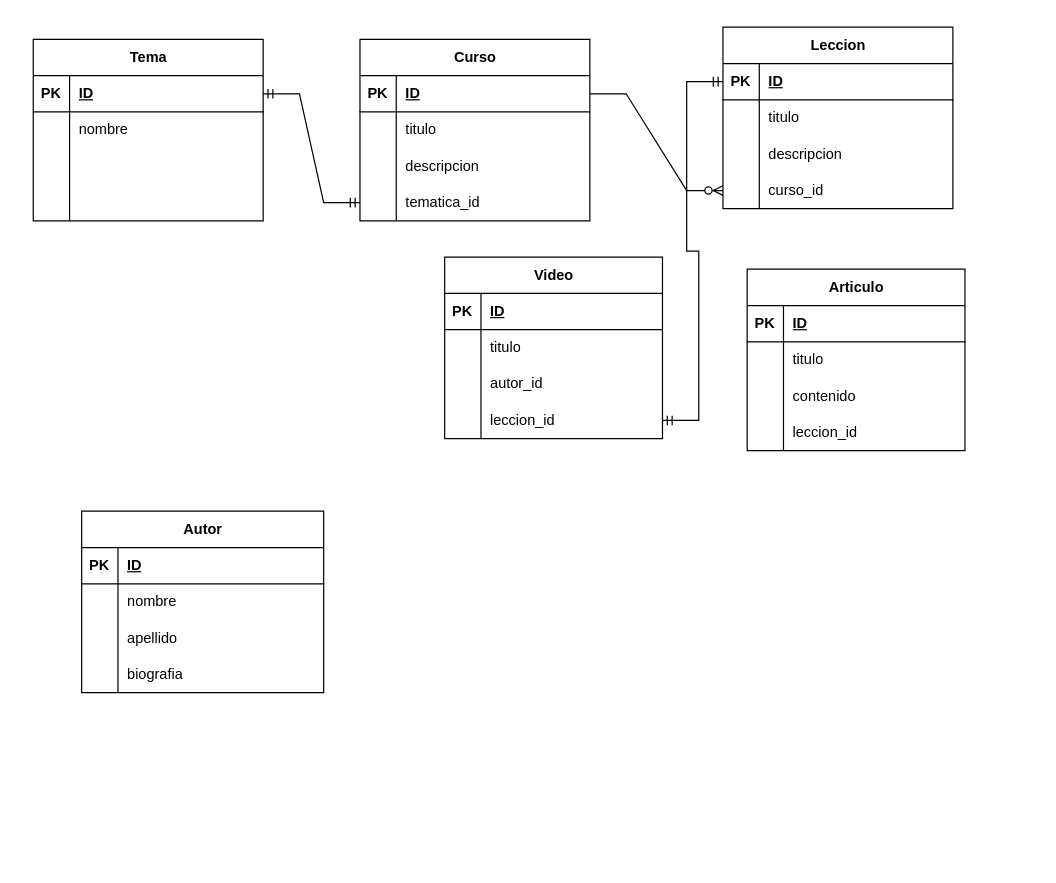
This is Modulo 6 - Modelado Relacional/obligatorio.drawio from milamgm/lemoncode, a draw.io file, before an edit. Source tidied: cells renumbered, new cells numbered last; positions are measured from the earlier drawing's top-left corner, leaving out a move shared by most shapes. Both pictures are drawn from the tidied source at 121%, with x=0, y=0 at pixel (33, 27).
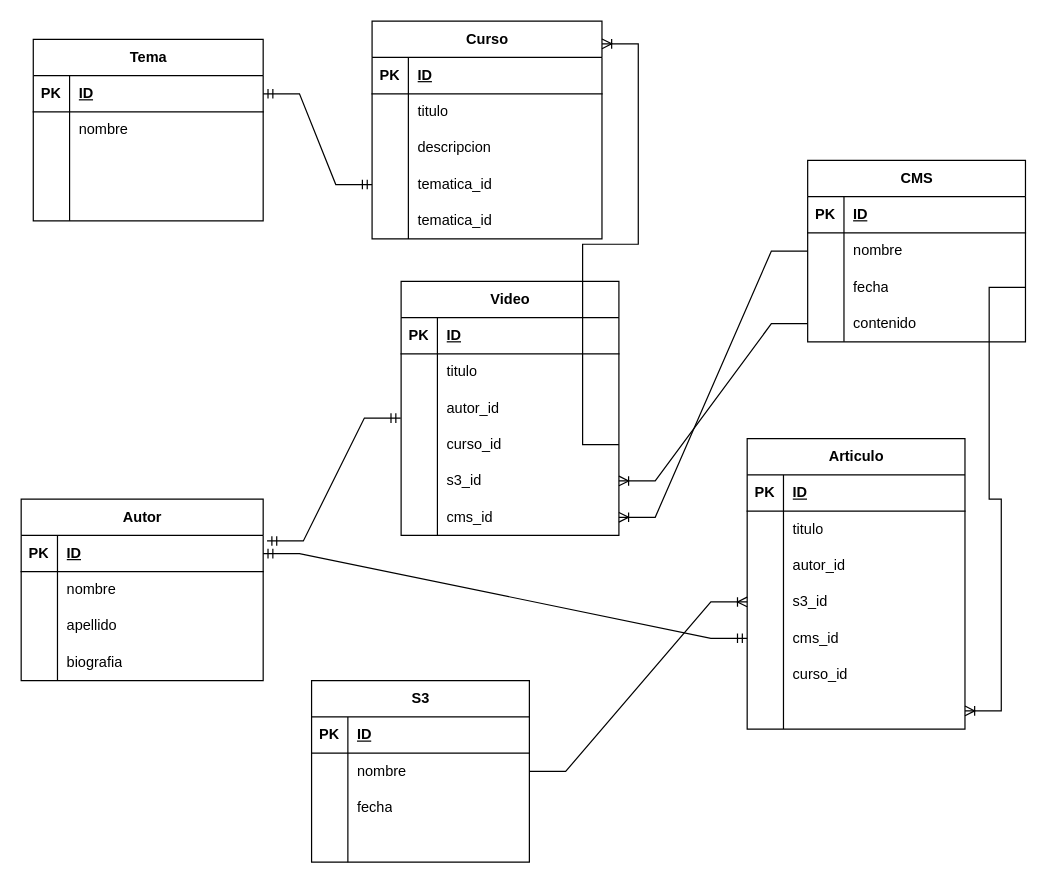
Above is the later version.

The change refers to these unchanged cells:
```xml
<mxCell id="16" style="shape=tableRow;horizontal=0;startSize=0;swimlaneHead=0;swimlaneBody=0;fillColor=none;points=[[0,0.5],[1,0.5]];portConstraint=eastwest;top=0;left=0;right=0;bottom=1;" parent="15" vertex="1">
  <mxGeometry y="30" width="190" height="30" as="geometry" />
</mxCell>
<mxCell id="29" style="shape=tableRow;horizontal=0;startSize=0;swimlaneHead=0;swimlaneBody=0;fillColor=none;points=[[0,0.5],[1,0.5]];portConstraint=eastwest;top=0;left=0;right=0;bottom=1;" parent="28" vertex="1">
  <mxGeometry y="30" width="200" height="30" as="geometry" />
</mxCell>
<mxCell id="63" style="shape=tableRow;horizontal=0;startSize=0;swimlaneHead=0;swimlaneBody=0;fillColor=none;points=[[0,0.5],[1,0.5]];portConstraint=eastwest;top=0;left=0;right=0;bottom=0;" parent="56" vertex="1">
  <mxGeometry y="90" width="180" height="30" as="geometry" />
</mxCell>
<mxCell id="66" style="shape=tableRow;horizontal=0;startSize=0;swimlaneHead=0;swimlaneBody=0;fillColor=none;points=[[0,0.5],[1,0.5]];portConstraint=eastwest;top=0;left=0;right=0;bottom=0;" parent="56" vertex="1">
  <mxGeometry y="120" width="180" height="30" as="geometry" />
</mxCell>
<mxCell id="77" style="shape=tableRow;horizontal=0;startSize=0;swimlaneHead=0;swimlaneBody=0;fillColor=none;top=0;left=0;right=0;bottom=0;" parent="70" vertex="1">
  <mxGeometry y="90" width="180" height="30" as="geometry" />
</mxCell>
<mxCell id="80" style="shape=tableRow;horizontal=0;startSize=0;swimlaneHead=0;swimlaneBody=0;fillColor=none;points=[[0,0.5],[1,0.5]];portConstraint=eastwest;top=0;left=0;right=0;bottom=0;" parent="70" vertex="1">
  <mxGeometry y="120" width="180" height="30" as="geometry" />
</mxCell>
```

Diff of the diagram source:
```diff
@@
     <mxCell id="15" value="Curso" style="shape=table;startSize=30;childLayout=tableLayout;rowLines=0;fontStyle=1;align=center;html=1;" parent="1" vertex="1">
-      <mxGeometry x="270" y="10" width="190" height="150" as="geometry" />
+      <mxGeometry x="280" y="-5" width="190" height="180" as="geometry" />
     </mxCell>
@@
+    <mxCell id="83" style="shape=tableRow;horizontal=0;startSize=0;swimlaneHead=0;swimlaneBody=0;fillColor=none;top=0;left=0;right=0;bottom=0;" parent="15" vertex="1">
+      <mxGeometry y="150" width="190" height="30" as="geometry" />
+    </mxCell>
+    <mxCell id="84" style="shape=partialRectangle;fillColor=none;top=0;left=0;bottom=0;right=0;overflow=hidden;whiteSpace=wrap;html=1;" parent="83" vertex="1">
+      <mxGeometry width="30" height="30" as="geometry" />
+    </mxCell>
+    <mxCell id="85" value="tematica_id" style="shape=partialRectangle;fillColor=none;top=0;left=0;bottom=0;right=0;align=left;spacingLeft=6;overflow=hidden;whiteSpace=wrap;html=1;" parent="83" vertex="1">
+      <mxGeometry x="30" width="160" height="30" as="geometry" />
+    </mxCell>
     <mxCell id="28" value="Autor" style="shape=table;startSize=30;childLayout=tableLayout;rowLines=0;fontStyle=1;align=center;html=1;" parent="1" vertex="1">
-      <mxGeometry x="40" y="400" width="200" height="150" as="geometry" />
+      <mxGeometry x="-10" y="390" width="200" height="150" as="geometry" />
     </mxCell>
@@
-    <mxCell id="41" style="edgeStyle=entityRelationEdgeStyle;fontSize=12;html=1;endArrow=ERzeroToMany;endFill=1;rounded=0;entryX=0;entryY=0.5;entryDx=0;entryDy=0;exitX=1;exitY=0.5;exitDx=0;exitDy=0;" parent="1" edge="1" source="16" target="52">
-      <mxGeometry relative="1" as="geometry" />
-    </mxCell>
-    <mxCell id="42" value="Leccion" style="shape=table;startSize=30;childLayout=tableLayout;rowLines=0;fontStyle=1;align=center;html=1;" parent="1" vertex="1">
-      <mxGeometry x="570" width="190" height="150" as="geometry" />
-    </mxCell>
-    <mxCell id="43" style="shape=tableRow;horizontal=0;startSize=0;swimlaneHead=0;swimlaneBody=0;fillColor=none;points=[[0,0.5],[1,0.5]];portConstraint=eastwest;top=0;left=0;right=0;bottom=1;" parent="42" vertex="1">
-      <mxGeometry y="30" width="190" height="30" as="geometry" />
-    </mxCell>
-    <mxCell id="44" value="PK" style="shape=partialRectangle;fillColor=none;top=0;left=0;bottom=0;right=0;fontStyle=1;overflow=hidden;whiteSpace=wrap;html=1;" parent="43" vertex="1">
-      <mxGeometry width="30" height="30" as="geometry" />
-    </mxCell>
-    <mxCell id="45" value="ID" style="shape=partialRectangle;fillColor=none;top=0;left=0;bottom=0;right=0;align=left;spacingLeft=6;fontStyle=5;overflow=hidden;whiteSpace=wrap;html=1;" parent="43" vertex="1">
-      <mxGeometry x="30" width="160" height="30" as="geometry" />
-    </mxCell>
-    <mxCell id="46" style="shape=tableRow;horizontal=0;startSize=0;swimlaneHead=0;swimlaneBody=0;fillColor=none;top=0;left=0;right=0;bottom=0;" parent="42" vertex="1">
-      <mxGeometry y="60" width="190" height="30" as="geometry" />
-    </mxCell>
-    <mxCell id="47" style="shape=partialRectangle;fillColor=none;top=0;left=0;bottom=0;right=0;overflow=hidden;whiteSpace=wrap;html=1;" parent="46" vertex="1">
-      <mxGeometry width="30" height="30" as="geometry" />
-    </mxCell>
-    <mxCell id="48" value="titulo" style="shape=partialRectangle;fillColor=none;top=0;left=0;bottom=0;right=0;align=left;spacingLeft=6;overflow=hidden;whiteSpace=wrap;html=1;" parent="46" vertex="1">
-      <mxGeometry x="30" width="160" height="30" as="geometry" />
-    </mxCell>
-    <mxCell id="49" style="shape=tableRow;horizontal=0;startSize=0;swimlaneHead=0;swimlaneBody=0;fillColor=none;top=0;left=0;right=0;bottom=0;" parent="42" vertex="1">
-      <mxGeometry y="90" width="190" height="30" as="geometry" />
-    </mxCell>
-    <mxCell id="50" style="shape=partialRectangle;fillColor=none;top=0;left=0;bottom=0;right=0;overflow=hidden;whiteSpace=wrap;html=1;" parent="49" vertex="1">
-      <mxGeometry width="30" height="30" as="geometry" />
-    </mxCell>
-    <mxCell id="51" value="descripcion" style="shape=partialRectangle;fillColor=none;top=0;left=0;bottom=0;right=0;align=left;spacingLeft=6;overflow=hidden;whiteSpace=wrap;html=1;" parent="49" vertex="1">
-      <mxGeometry x="30" width="160" height="30" as="geometry" />
-    </mxCell>
-    <mxCell id="52" style="shape=tableRow;horizontal=0;startSize=0;swimlaneHead=0;swimlaneBody=0;fillColor=none;points=[[0,0.5],[1,0.5]];portConstraint=eastwest;top=0;left=0;right=0;bottom=0;" parent="42" vertex="1">
-      <mxGeometry y="120" width="190" height="30" as="geometry" />
-    </mxCell>
-    <mxCell id="53" style="shape=partialRectangle;fillColor=none;top=0;left=0;bottom=0;right=0;overflow=hidden;whiteSpace=wrap;html=1;" parent="52" vertex="1">
-      <mxGeometry width="30" height="30" as="geometry" />
-    </mxCell>
-    <mxCell id="54" value="curso_id" style="shape=partialRectangle;fillColor=none;top=0;left=0;bottom=0;right=0;align=left;spacingLeft=6;overflow=hidden;whiteSpace=wrap;html=1;" parent="52" vertex="1">
-      <mxGeometry x="30" width="160" height="30" as="geometry" />
-    </mxCell>
@@
     <mxCell id="56" value="Video" style="shape=table;startSize=30;childLayout=tableLayout;rowLines=0;fontStyle=1;align=center;html=1;" parent="1" vertex="1">
-      <mxGeometry x="340" y="190" width="180" height="150" as="geometry" />
+      <mxGeometry x="304" y="210" width="180" height="210" as="geometry" />
     </mxCell>
@@
-    <mxCell id="68" value="leccion_id" style="shape=partialRectangle;fillColor=none;top=0;left=0;bottom=0;right=0;align=left;spacingLeft=6;overflow=hidden;whiteSpace=wrap;html=1;" parent="66" vertex="1">
+    <mxCell id="68" value="curso_id" style="shape=partialRectangle;fillColor=none;top=0;left=0;bottom=0;right=0;align=left;spacingLeft=6;overflow=hidden;whiteSpace=wrap;html=1;" parent="66" vertex="1">
       <mxGeometry x="30" width="150" height="30" as="geometry" />
     </mxCell>
-    <mxCell id="69" style="edgeStyle=entityRelationEdgeStyle;fontSize=12;html=1;endArrow=ERmandOne;startArrow=ERmandOne;rounded=0;entryX=0;entryY=0.5;entryDx=0;entryDy=0;exitX=1;exitY=0.5;exitDx=0;exitDy=0;" parent="1" edge="1" target="43">
-      <mxGeometry relative="1" as="geometry">
-        <mxPoint x="520" y="325" as="sourcePoint" />
-      </mxGeometry>
-    </mxCell>
+    <mxCell id="86" style="shape=tableRow;horizontal=0;startSize=0;swimlaneHead=0;swimlaneBody=0;fillColor=none;points=[[0,0.5],[1,0.5]];portConstraint=eastwest;top=0;left=0;right=0;bottom=0;" parent="56" vertex="1">
+      <mxGeometry y="150" width="180" height="30" as="geometry" />
+    </mxCell>
+    <mxCell id="87" style="shape=partialRectangle;fillColor=none;top=0;left=0;bottom=0;right=0;overflow=hidden;whiteSpace=wrap;html=1;" parent="86" vertex="1">
+      <mxGeometry width="30" height="30" as="geometry" />
+    </mxCell>
+    <mxCell id="88" value="s3_id" style="shape=partialRectangle;fillColor=none;top=0;left=0;bottom=0;right=0;align=left;spacingLeft=6;overflow=hidden;whiteSpace=wrap;html=1;" parent="86" vertex="1">
+      <mxGeometry x="30" width="150" height="30" as="geometry" />
+    </mxCell>
+    <mxCell id="89" style="shape=tableRow;horizontal=0;startSize=0;swimlaneHead=0;swimlaneBody=0;fillColor=none;points=[[0,0.5],[1,0.5]];portConstraint=eastwest;top=0;left=0;right=0;bottom=0;" parent="56" vertex="1">
+      <mxGeometry y="180" width="180" height="30" as="geometry" />
+    </mxCell>
+    <mxCell id="90" style="shape=partialRectangle;fillColor=none;top=0;left=0;bottom=0;right=0;overflow=hidden;whiteSpace=wrap;html=1;" parent="89" vertex="1">
+      <mxGeometry width="30" height="30" as="geometry" />
+    </mxCell>
+    <mxCell id="91" value="cms_id" style="shape=partialRectangle;fillColor=none;top=0;left=0;bottom=0;right=0;align=left;spacingLeft=6;overflow=hidden;whiteSpace=wrap;html=1;" parent="89" vertex="1">
+      <mxGeometry x="30" width="150" height="30" as="geometry" />
+    </mxCell>
     <mxCell id="70" value="Articulo" style="shape=table;startSize=30;childLayout=tableLayout;rowLines=0;fontStyle=1;align=center;html=1;" parent="1" vertex="1">
-      <mxGeometry x="590" y="200" width="180" height="150" as="geometry" />
+      <mxGeometry x="590" y="340" width="180" height="240" as="geometry" />
     </mxCell>
@@
-    <mxCell id="79" value="contenido" style="shape=partialRectangle;fillColor=none;top=0;left=0;bottom=0;right=0;align=left;spacingLeft=6;overflow=hidden;whiteSpace=wrap;html=1;" parent="77" vertex="1">
+    <mxCell id="79" value="autor_id" style="shape=partialRectangle;fillColor=none;top=0;left=0;bottom=0;right=0;align=left;spacingLeft=6;overflow=hidden;whiteSpace=wrap;html=1;" parent="77" vertex="1">
       <mxGeometry x="30" width="150" height="30" as="geometry" />
     </mxCell>
@@
-    <mxCell id="82" value="leccion_id" style="shape=partialRectangle;fillColor=none;top=0;left=0;bottom=0;right=0;align=left;spacingLeft=6;overflow=hidden;whiteSpace=wrap;html=1;" parent="80" vertex="1">
+    <mxCell id="82" value="s3_id" style="shape=partialRectangle;fillColor=none;top=0;left=0;bottom=0;right=0;align=left;spacingLeft=6;overflow=hidden;whiteSpace=wrap;html=1;" parent="80" vertex="1">
       <mxGeometry x="30" width="150" height="30" as="geometry" />
     </mxCell>
+    <mxCell id="92" style="shape=tableRow;horizontal=0;startSize=0;swimlaneHead=0;swimlaneBody=0;fillColor=none;points=[[0,0.5],[1,0.5]];portConstraint=eastwest;top=0;left=0;right=0;bottom=0;" parent="70" vertex="1">
+      <mxGeometry y="150" width="180" height="30" as="geometry" />
+    </mxCell>
+    <mxCell id="93" style="shape=partialRectangle;fillColor=none;top=0;left=0;bottom=0;right=0;overflow=hidden;whiteSpace=wrap;html=1;" parent="92" vertex="1">
+      <mxGeometry width="30" height="30" as="geometry" />
+    </mxCell>
+    <mxCell id="94" value="cms_id" style="shape=partialRectangle;fillColor=none;top=0;left=0;bottom=0;right=0;align=left;spacingLeft=6;overflow=hidden;whiteSpace=wrap;html=1;" parent="92" vertex="1">
+      <mxGeometry x="30" width="150" height="30" as="geometry" />
+    </mxCell>
+    <mxCell id="95" style="shape=tableRow;horizontal=0;startSize=0;swimlaneHead=0;swimlaneBody=0;fillColor=none;top=0;left=0;right=0;bottom=0;" parent="70" vertex="1">
+      <mxGeometry y="180" width="180" height="30" as="geometry" />
+    </mxCell>
+    <mxCell id="96" style="shape=partialRectangle;fillColor=none;top=0;left=0;bottom=0;right=0;overflow=hidden;whiteSpace=wrap;html=1;" parent="95" vertex="1">
+      <mxGeometry width="30" height="30" as="geometry" />
+    </mxCell>
+    <mxCell id="54" value="curso_id" style="shape=partialRectangle;fillColor=none;top=0;left=0;bottom=0;right=0;align=left;spacingLeft=6;overflow=hidden;whiteSpace=wrap;html=1;" parent="95" vertex="1">
+      <mxGeometry x="30" width="150" height="30" as="geometry" />
+    </mxCell>
+    <mxCell id="97" style="shape=tableRow;horizontal=0;startSize=0;swimlaneHead=0;swimlaneBody=0;fillColor=none;points=[[0,0.5],[1,0.5]];portConstraint=eastwest;top=0;left=0;right=0;bottom=0;" parent="70" vertex="1">
+      <mxGeometry y="210" width="180" height="30" as="geometry" />
+    </mxCell>
+    <mxCell id="98" style="shape=partialRectangle;fillColor=none;top=0;left=0;bottom=0;right=0;overflow=hidden;whiteSpace=wrap;html=1;" parent="97" vertex="1">
+      <mxGeometry width="30" height="30" as="geometry" />
+    </mxCell>
+    <mxCell id="99" style="shape=partialRectangle;fillColor=none;top=0;left=0;bottom=0;right=0;align=left;spacingLeft=6;overflow=hidden;whiteSpace=wrap;html=1;" parent="97" vertex="1">
+      <mxGeometry x="30" width="150" height="30" as="geometry" />
+    </mxCell>
+    <mxCell id="100" value="S3" style="shape=table;startSize=30;childLayout=tableLayout;rowLines=0;fontStyle=1;align=center;html=1;" parent="1" vertex="1">
+      <mxGeometry x="230" y="540" width="180" height="150" as="geometry" />
+    </mxCell>
+    <mxCell id="101" style="shape=tableRow;horizontal=0;startSize=0;swimlaneHead=0;swimlaneBody=0;fillColor=none;top=0;left=0;right=0;bottom=1;" parent="100" vertex="1">
+      <mxGeometry y="30" width="180" height="30" as="geometry" />
+    </mxCell>
+    <mxCell id="102" value="PK" style="shape=partialRectangle;fillColor=none;top=0;left=0;bottom=0;right=0;fontStyle=1;overflow=hidden;whiteSpace=wrap;html=1;" parent="101" vertex="1">
+      <mxGeometry width="30" height="30" as="geometry" />
+    </mxCell>
+    <mxCell id="103" value="ID" style="shape=partialRectangle;fillColor=none;top=0;left=0;bottom=0;right=0;align=left;spacingLeft=6;fontStyle=5;overflow=hidden;whiteSpace=wrap;html=1;" parent="101" vertex="1">
+      <mxGeometry x="30" width="150" height="30" as="geometry" />
+    </mxCell>
+    <mxCell id="104" style="shape=tableRow;horizontal=0;startSize=0;swimlaneHead=0;swimlaneBody=0;fillColor=none;points=[[0,0.5],[1,0.5]];portConstraint=eastwest;top=0;left=0;right=0;bottom=0;" parent="100" vertex="1">
+      <mxGeometry y="60" width="180" height="30" as="geometry" />
+    </mxCell>
+    <mxCell id="105" style="shape=partialRectangle;fillColor=none;top=0;left=0;bottom=0;right=0;overflow=hidden;whiteSpace=wrap;html=1;" parent="104" vertex="1">
+      <mxGeometry width="30" height="30" as="geometry" />
+    </mxCell>
+    <mxCell id="106" value="nombre" style="shape=partialRectangle;fillColor=none;top=0;left=0;bottom=0;right=0;align=left;spacingLeft=6;overflow=hidden;whiteSpace=wrap;html=1;" parent="104" vertex="1">
+      <mxGeometry x="30" width="150" height="30" as="geometry" />
+    </mxCell>
+    <mxCell id="107" style="shape=tableRow;horizontal=0;startSize=0;swimlaneHead=0;swimlaneBody=0;fillColor=none;top=0;left=0;right=0;bottom=0;" parent="100" vertex="1">
+      <mxGeometry y="90" width="180" height="30" as="geometry" />
+    </mxCell>
+    <mxCell id="108" style="shape=partialRectangle;fillColor=none;top=0;left=0;bottom=0;right=0;overflow=hidden;whiteSpace=wrap;html=1;" parent="107" vertex="1">
+      <mxGeometry width="30" height="30" as="geometry" />
+    </mxCell>
+    <mxCell id="109" value="fecha" style="shape=partialRectangle;fillColor=none;top=0;left=0;bottom=0;right=0;align=left;spacingLeft=6;overflow=hidden;whiteSpace=wrap;html=1;" parent="107" vertex="1">
+      <mxGeometry x="30" width="150" height="30" as="geometry" />
+    </mxCell>
+    <mxCell id="110" style="shape=tableRow;horizontal=0;startSize=0;swimlaneHead=0;swimlaneBody=0;fillColor=none;top=0;left=0;right=0;bottom=0;" parent="100" vertex="1">
+      <mxGeometry y="120" width="180" height="30" as="geometry" />
+    </mxCell>
+    <mxCell id="111" style="shape=partialRectangle;fillColor=none;top=0;left=0;bottom=0;right=0;overflow=hidden;whiteSpace=wrap;html=1;" parent="110" vertex="1">
+      <mxGeometry width="30" height="30" as="geometry" />
+    </mxCell>
+    <mxCell id="112" style="shape=partialRectangle;fillColor=none;top=0;left=0;bottom=0;right=0;align=left;spacingLeft=6;overflow=hidden;whiteSpace=wrap;html=1;" parent="110" vertex="1">
+      <mxGeometry x="30" width="150" height="30" as="geometry" />
+    </mxCell>
+    <mxCell id="113" value="CMS" style="shape=table;startSize=30;childLayout=tableLayout;rowLines=0;fontStyle=1;align=center;html=1;" parent="1" vertex="1">
+      <mxGeometry x="640" y="110" width="180" height="150" as="geometry" />
+    </mxCell>
+    <mxCell id="114" style="shape=tableRow;horizontal=0;startSize=0;swimlaneHead=0;swimlaneBody=0;fillColor=none;top=0;left=0;right=0;bottom=1;" parent="113" vertex="1">
+      <mxGeometry y="30" width="180" height="30" as="geometry" />
+    </mxCell>
+    <mxCell id="115" value="PK" style="shape=partialRectangle;fillColor=none;top=0;left=0;bottom=0;right=0;fontStyle=1;overflow=hidden;whiteSpace=wrap;html=1;" parent="114" vertex="1">
+      <mxGeometry width="30" height="30" as="geometry" />
+    </mxCell>
+    <mxCell id="116" value="ID" style="shape=partialRectangle;fillColor=none;top=0;left=0;bottom=0;right=0;align=left;spacingLeft=6;fontStyle=5;overflow=hidden;whiteSpace=wrap;html=1;" parent="114" vertex="1">
+      <mxGeometry x="30" width="150" height="30" as="geometry" />
+    </mxCell>
+    <mxCell id="117" style="shape=tableRow;horizontal=0;startSize=0;swimlaneHead=0;swimlaneBody=0;fillColor=none;points=[[0,0.5],[1,0.5]];portConstraint=eastwest;top=0;left=0;right=0;bottom=0;" parent="113" vertex="1">
+      <mxGeometry y="60" width="180" height="30" as="geometry" />
+    </mxCell>
+    <mxCell id="118" style="shape=partialRectangle;fillColor=none;top=0;left=0;bottom=0;right=0;overflow=hidden;whiteSpace=wrap;html=1;" parent="117" vertex="1">
+      <mxGeometry width="30" height="30" as="geometry" />
+    </mxCell>
+    <mxCell id="119" value="nombre" style="shape=partialRectangle;fillColor=none;top=0;left=0;bottom=0;right=0;align=left;spacingLeft=6;overflow=hidden;whiteSpace=wrap;html=1;" parent="117" vertex="1">
+      <mxGeometry x="30" width="150" height="30" as="geometry" />
+    </mxCell>
+    <mxCell id="120" style="shape=tableRow;horizontal=0;startSize=0;swimlaneHead=0;swimlaneBody=0;fillColor=none;points=[[0,0.5],[1,0.5]];portConstraint=eastwest;top=0;left=0;right=0;bottom=0;" parent="113" vertex="1">
+      <mxGeometry y="90" width="180" height="30" as="geometry" />
+    </mxCell>
+    <mxCell id="121" style="shape=partialRectangle;fillColor=none;top=0;left=0;bottom=0;right=0;overflow=hidden;whiteSpace=wrap;html=1;" parent="120" vertex="1">
+      <mxGeometry width="30" height="30" as="geometry" />
+    </mxCell>
+    <mxCell id="122" value="fecha" style="shape=partialRectangle;fillColor=none;top=0;left=0;bottom=0;right=0;align=left;spacingLeft=6;overflow=hidden;whiteSpace=wrap;html=1;" parent="120" vertex="1">
+      <mxGeometry x="30" width="150" height="30" as="geometry" />
+    </mxCell>
+    <mxCell id="123" style="shape=tableRow;horizontal=0;startSize=0;swimlaneHead=0;swimlaneBody=0;fillColor=none;points=[[0,0.5],[1,0.5]];portConstraint=eastwest;top=0;left=0;right=0;bottom=0;" parent="113" vertex="1">
+      <mxGeometry y="120" width="180" height="30" as="geometry" />
+    </mxCell>
+    <mxCell id="124" style="shape=partialRectangle;fillColor=none;top=0;left=0;bottom=0;right=0;overflow=hidden;whiteSpace=wrap;html=1;" parent="123" vertex="1">
+      <mxGeometry width="30" height="30" as="geometry" />
+    </mxCell>
+    <mxCell id="125" value="contenido" style="shape=partialRectangle;fillColor=none;top=0;left=0;bottom=0;right=0;align=left;spacingLeft=6;overflow=hidden;whiteSpace=wrap;html=1;" parent="123" vertex="1">
+      <mxGeometry x="30" width="150" height="30" as="geometry" />
+    </mxCell>
+    <mxCell id="126" style="edgeStyle=entityRelationEdgeStyle;fontSize=12;html=1;endArrow=ERoneToMany;rounded=0;exitX=0;exitY=0.5;exitDx=0;exitDy=0;" parent="1" edge="1" source="117" target="89">
+      <mxGeometry relative="1" as="geometry" />
+    </mxCell>
+    <mxCell id="127" style="edgeStyle=entityRelationEdgeStyle;fontSize=12;html=1;endArrow=ERoneToMany;rounded=0;exitX=1;exitY=0.5;exitDx=0;exitDy=0;" parent="1" edge="1" source="120" target="97">
+      <mxGeometry relative="1" as="geometry" />
+    </mxCell>
+    <mxCell id="128" style="edgeStyle=entityRelationEdgeStyle;fontSize=12;html=1;endArrow=ERmandOne;startArrow=ERmandOne;rounded=0;exitX=1.016;exitY=0.153;exitDx=0;exitDy=0;exitPerimeter=0;entryX=-0.002;entryY=0.767;entryDx=0;entryDy=0;entryPerimeter=0;" parent="1" edge="1" source="29" target="63">
+      <mxGeometry relative="1" as="geometry" />
+    </mxCell>
+    <mxCell id="129" style="edgeStyle=entityRelationEdgeStyle;fontSize=12;html=1;endArrow=ERmandOne;startArrow=ERmandOne;rounded=0;exitX=1;exitY=0.5;exitDx=0;exitDy=0;" parent="1" edge="1" source="29" target="92">
+      <mxGeometry relative="1" as="geometry" />
+    </mxCell>
+    <mxCell id="130" style="edgeStyle=entityRelationEdgeStyle;fontSize=12;html=1;endArrow=ERoneToMany;rounded=0;exitX=1;exitY=0.5;exitDx=0;exitDy=0;" parent="1" edge="1" source="104" target="80">
+      <mxGeometry relative="1" as="geometry" />
+    </mxCell>
+    <mxCell id="131" style="edgeStyle=entityRelationEdgeStyle;fontSize=12;html=1;endArrow=ERoneToMany;rounded=0;exitX=0;exitY=0.5;exitDx=0;exitDy=0;entryX=1;entryY=0.5;entryDx=0;entryDy=0;" parent="1" edge="1" source="123" target="86">
+      <mxGeometry relative="1" as="geometry">
+        <Array as="points">
+          <mxPoint x="510" y="580" />
+        </Array>
+      </mxGeometry>
+    </mxCell>
+    <mxCell id="132" style="edgeStyle=entityRelationEdgeStyle;fontSize=12;html=1;endArrow=ERoneToMany;rounded=0;entryX=1;entryY=0.104;entryDx=0;entryDy=0;entryPerimeter=0;exitX=1;exitY=0.5;exitDx=0;exitDy=0;" parent="1" edge="1" source="66" target="15">
+      <mxGeometry relative="1" as="geometry" />
+    </mxCell>
```
